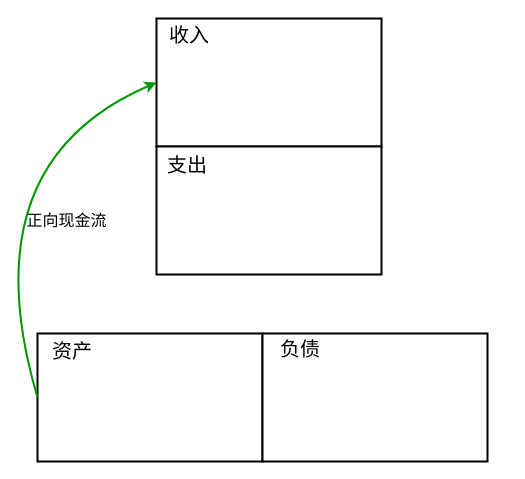
Earlier version of the draw.io diagram 富爸爸穷爸爸.drawio (SHERlocked93/pic). Source tidied: cells renumbered, new cells numbered last; positions are measured from the earlier drawing's top-left corner, leaving out a move shared by most shapes. Both pictures are drawn from the tidied source at 100%, with x=0, y=0 at pixel (-32, 18).
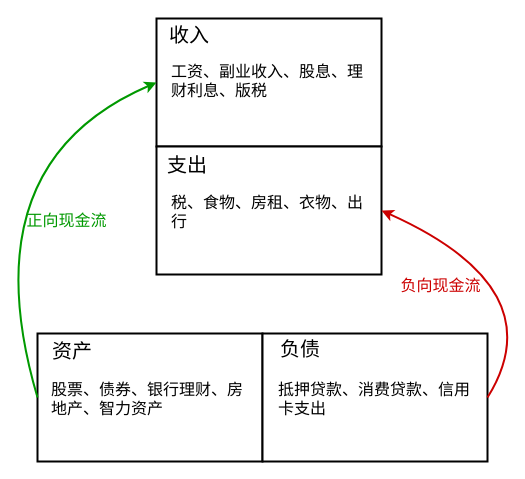
The same page after the edit.

Commit message (it also covers changes not shown here):
更新富爸爸穷爸爸.drawio

The change refers to these unchanged cells:
```xml
<mxCell id="3" style="rounded=0;whiteSpace=wrap;html=1;strokeWidth=2;" parent="1" vertex="1">
  <mxGeometry x="188" y="128" width="225" height="128" as="geometry" />
</mxCell>
<mxCell id="5" style="rounded=0;whiteSpace=wrap;html=1;strokeWidth=2;" parent="1" vertex="1">
  <mxGeometry x="294" y="315" width="225" height="128" as="geometry" />
</mxCell>
<mxCell id="10" style="curved=1;endArrow=classic;html=1;fontSize=20;strokeWidth=2;exitX=0;exitY=0.5;exitDx=0;exitDy=0;entryX=0;entryY=0.5;entryDx=0;entryDy=0;strokeColor=#009900;" parent="1" edge="1" source="4" target="2">
  <mxGeometry relative="1" as="geometry">
    <Array as="points">
      <mxPoint y="145" />
    </Array>
  </mxGeometry>
</mxCell>
```

Diff of the diagram source:
```diff
@@
-    <mxCell id="11" value="正向现金流" style="edgeLabel;html=1;align=center;verticalAlign=middle;fontSize=16;labelBackgroundColor=none;" parent="10" vertex="1">
+    <mxCell id="11" value="正向现金流" style="edgeLabel;html=1;align=center;verticalAlign=middle;fontSize=16;labelBackgroundColor=none;fontColor=#009900;" parent="10" vertex="1">
       <mxGeometry x="-0.14" y="-55" relative="1" as="geometry">
         <mxPoint x="30.1" y="23.6" as="offset" />
       </mxGeometry>
     </mxCell>
+    <mxCell id="12" value="税、食物、房租、衣物、出行" style="text;html=1;strokeColor=none;fillColor=none;align=left;verticalAlign=top;whiteSpace=wrap;rounded=0;labelBackgroundColor=none;fontSize=16;" parent="1" vertex="1">
+      <mxGeometry x="201" y="168" width="201" height="73" as="geometry" />
+    </mxCell>
+    <mxCell id="13" value="工资、副业收入、股息、理财利息、版税" style="text;html=1;strokeColor=none;fillColor=none;align=left;verticalAlign=top;whiteSpace=wrap;rounded=0;labelBackgroundColor=none;fontSize=16;" parent="1" vertex="1">
+      <mxGeometry x="201" y="37" width="206" height="73" as="geometry" />
+    </mxCell>
+    <mxCell id="14" value="股票、债券、银行理财、房地产、智力资产" style="text;html=1;strokeColor=none;fillColor=none;align=left;verticalAlign=top;whiteSpace=wrap;rounded=0;labelBackgroundColor=none;fontSize=16;" parent="1" vertex="1">
+      <mxGeometry x="81" y="355" width="206" height="73" as="geometry" />
+    </mxCell>
+    <mxCell id="15" value="抵押贷款、消费贷款、信用卡支出" style="text;html=1;strokeColor=none;fillColor=none;align=left;verticalAlign=top;whiteSpace=wrap;rounded=0;labelBackgroundColor=none;fontSize=16;" parent="1" vertex="1">
+      <mxGeometry x="308" y="355" width="206" height="73" as="geometry" />
+    </mxCell>
+    <mxCell id="16" style="curved=1;endArrow=classic;html=1;strokeWidth=2;fontSize=16;exitX=1;exitY=0.5;exitDx=0;exitDy=0;entryX=1;entryY=0.5;entryDx=0;entryDy=0;strokeColor=#CC0000;" parent="1" edge="1" source="5" target="3">
+      <mxGeometry relative="1" as="geometry">
+        <Array as="points">
+          <mxPoint x="587" y="270" />
+        </Array>
+      </mxGeometry>
+    </mxCell>
+    <mxCell id="17" value="负向现金流" style="edgeLabel;html=1;align=center;verticalAlign=middle;fontSize=16;labelBackgroundColor=none;fontColor=#CC0000;" parent="16" vertex="1">
+      <mxGeometry x="0.11" y="29" relative="1" as="geometry">
+        <mxPoint x="-58.9" y="-10.6" as="offset" />
+      </mxGeometry>
+    </mxCell>
```
